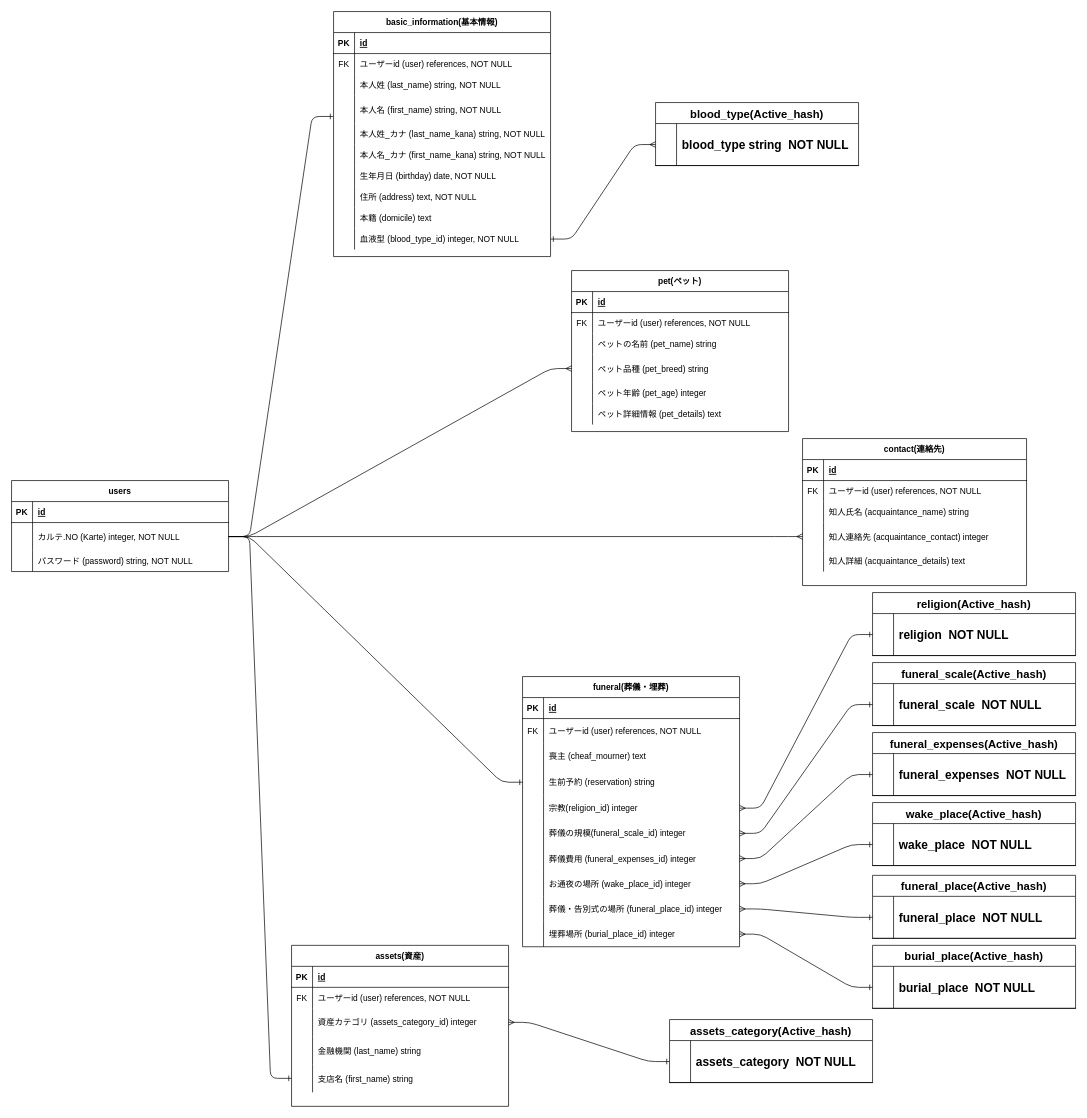
sutogone/ending_note keeps this draw.io diagram as ending.dio. Above is the earlier version. Source tidied: cells renumbered, new cells numbered last; positions are measured from the earlier drawing's top-left corner, leaving out a move shared by most shapes. Both pictures are drawn from the tidied source at 70%, with x=0, y=0 at pixel (11, 11).
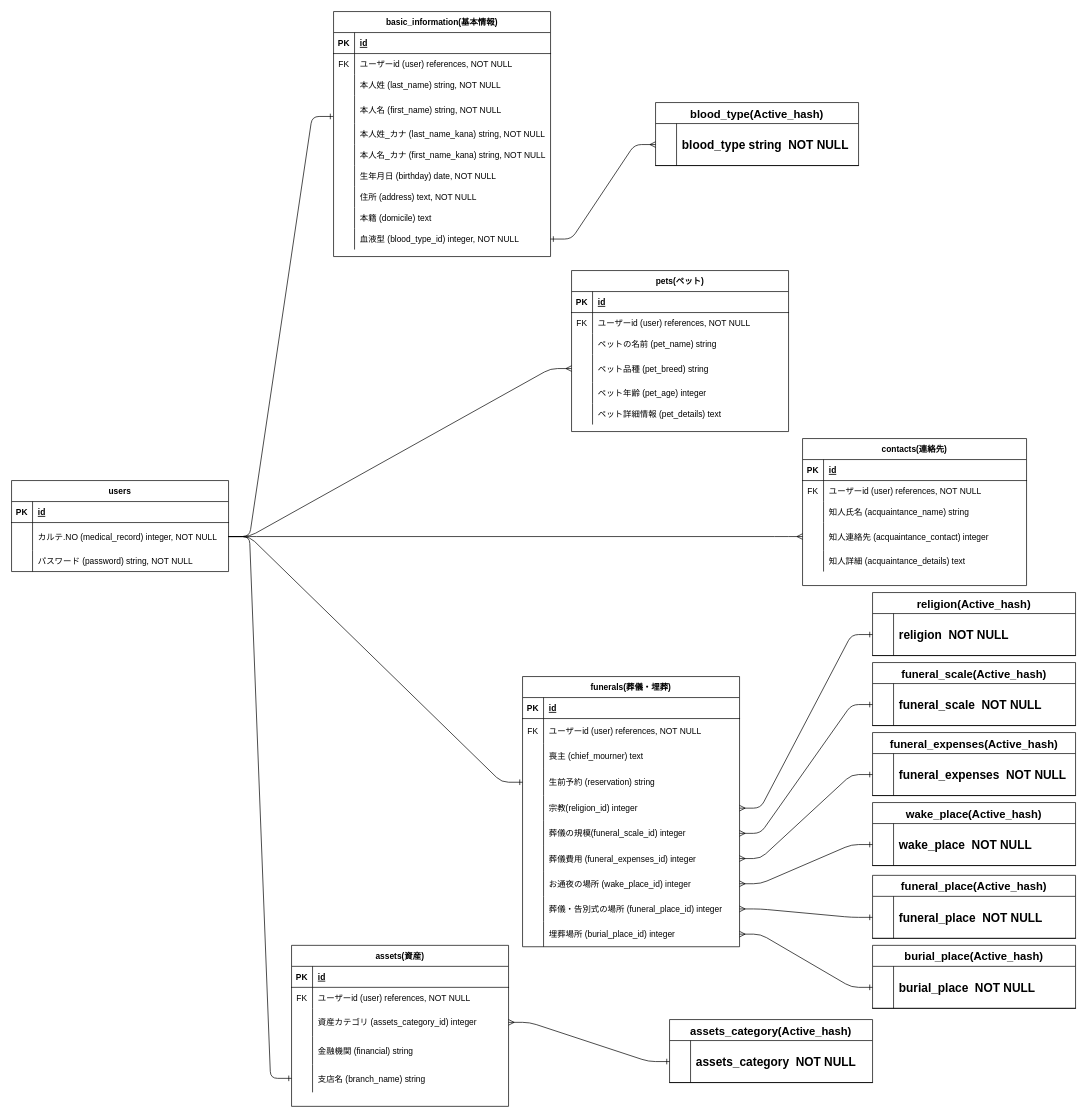
After the change.

Commit message (it also covers changes not shown here):
ER図の修正＆READMEの記述完了

Unchanged cells that the change refers to:
```xml
<mxCell id="11" style="shape=partialRectangle;fillColor=none;top=0;left=0;bottom=0;right=0;points=[[0,0.5],[1,0.5]];portConstraint=eastwest;" parent="7" vertex="1">
  <mxGeometry y="60" width="310" height="40" as="geometry" />
</mxCell>
<mxCell id="125" style="shape=partialRectangle;fillColor=none;top=0;left=0;bottom=0;right=0;" parent="118" vertex="1">
  <mxGeometry y="96" width="310" height="36" as="geometry" />
</mxCell>
<mxCell id="159" style="shape=partialRectangle;fillColor=none;top=0;left=0;bottom=0;right=0;" parent="149" vertex="1">
  <mxGeometry y="130" width="310" height="40" as="geometry" />
</mxCell>
<mxCell id="162" style="shape=partialRectangle;fillColor=none;top=0;left=0;bottom=0;right=0;points=[[0,0.5],[1,0.5]];portConstraint=eastwest;" parent="149" vertex="1">
  <mxGeometry y="170" width="310" height="40" as="geometry" />
</mxCell>
```

What changed in the source:
```diff
@@
-    <mxCell id="13" value="カルテ.NO (Karte) integer, NOT NULL" style="shape=partialRectangle;fillColor=none;top=0;left=0;bottom=0;right=0;align=left;spacingLeft=6;overflow=hidden;" parent="11" vertex="1">
+    <mxCell id="13" value="カルテ.NO (medical_record) integer, NOT NULL" style="shape=partialRectangle;fillColor=none;top=0;left=0;bottom=0;right=0;align=left;spacingLeft=6;overflow=hidden;" parent="11" vertex="1">
       <mxGeometry x="30" width="280" height="40" as="geometry" />
     </mxCell>
@@
-    <mxCell id="52" value="contact(連絡先)" style="shape=table;startSize=30;childLayout=tableLayout;rowLines=0;fontStyle=1;align=center;" parent="1" vertex="1">
+    <mxCell id="52" value="contacts(連絡先)" style="shape=table;startSize=30;childLayout=tableLayout;rowLines=0;fontStyle=1;align=center;" parent="1" vertex="1">
       <mxGeometry x="1130" y="610" width="320" height="210" as="geometry" />
     </mxCell>
@@
-    <mxCell id="68" value="pet(ペット)" style="shape=table;startSize=30;childLayout=tableLayout;rowLines=0;fontStyle=1;align=center;" parent="1" vertex="1">
+    <mxCell id="68" value="pets(ペット)" style="shape=table;startSize=30;childLayout=tableLayout;rowLines=0;fontStyle=1;align=center;" parent="1" vertex="1">
       <mxGeometry x="800" y="370" width="310" height="230" as="geometry" />
     </mxCell>
@@
-    <mxCell id="118" value="funeral(葬儀・埋葬)" style="shape=table;startSize=30;childLayout=tableLayout;rowLines=0;fontStyle=1;align=center;" parent="1" vertex="1">
+    <mxCell id="118" value="funerals(葬儀・埋葬)" style="shape=table;startSize=30;childLayout=tableLayout;rowLines=0;fontStyle=1;align=center;" parent="1" vertex="1">
       <mxGeometry x="730" y="950" width="310" height="386" as="geometry" />
     </mxCell>
@@
-    <mxCell id="127" value="喪主 (cheaf_mourner) text" style="shape=partialRectangle;fillColor=none;top=0;left=0;bottom=0;right=0;align=left;spacingLeft=6;overflow=hidden;" parent="125" vertex="1">
+    <mxCell id="127" value="喪主 (chief_mourner) text" style="shape=partialRectangle;fillColor=none;top=0;left=0;bottom=0;right=0;align=left;spacingLeft=6;overflow=hidden;" parent="125" vertex="1">
       <mxGeometry x="30" width="280" height="36" as="geometry" />
     </mxCell>
@@
-    <mxCell id="161" value="金融機関 (last_name) string" style="shape=partialRectangle;fillColor=none;top=0;left=0;bottom=0;right=0;align=left;spacingLeft=6;overflow=hidden;" parent="159" vertex="1">
+    <mxCell id="161" value="金融機関 (financial) string" style="shape=partialRectangle;fillColor=none;top=0;left=0;bottom=0;right=0;align=left;spacingLeft=6;overflow=hidden;" parent="159" vertex="1">
       <mxGeometry x="30" width="280" height="40" as="geometry" />
     </mxCell>
@@
-    <mxCell id="164" value="支店名 (first_name) string" style="shape=partialRectangle;fillColor=none;top=0;left=0;bottom=0;right=0;align=left;spacingLeft=6;overflow=hidden;" parent="162" vertex="1">
+    <mxCell id="164" value="支店名 (branch_name) string" style="shape=partialRectangle;fillColor=none;top=0;left=0;bottom=0;right=0;align=left;spacingLeft=6;overflow=hidden;" parent="162" vertex="1">
       <mxGeometry x="30" width="280" height="40" as="geometry" />
     </mxCell>
```
